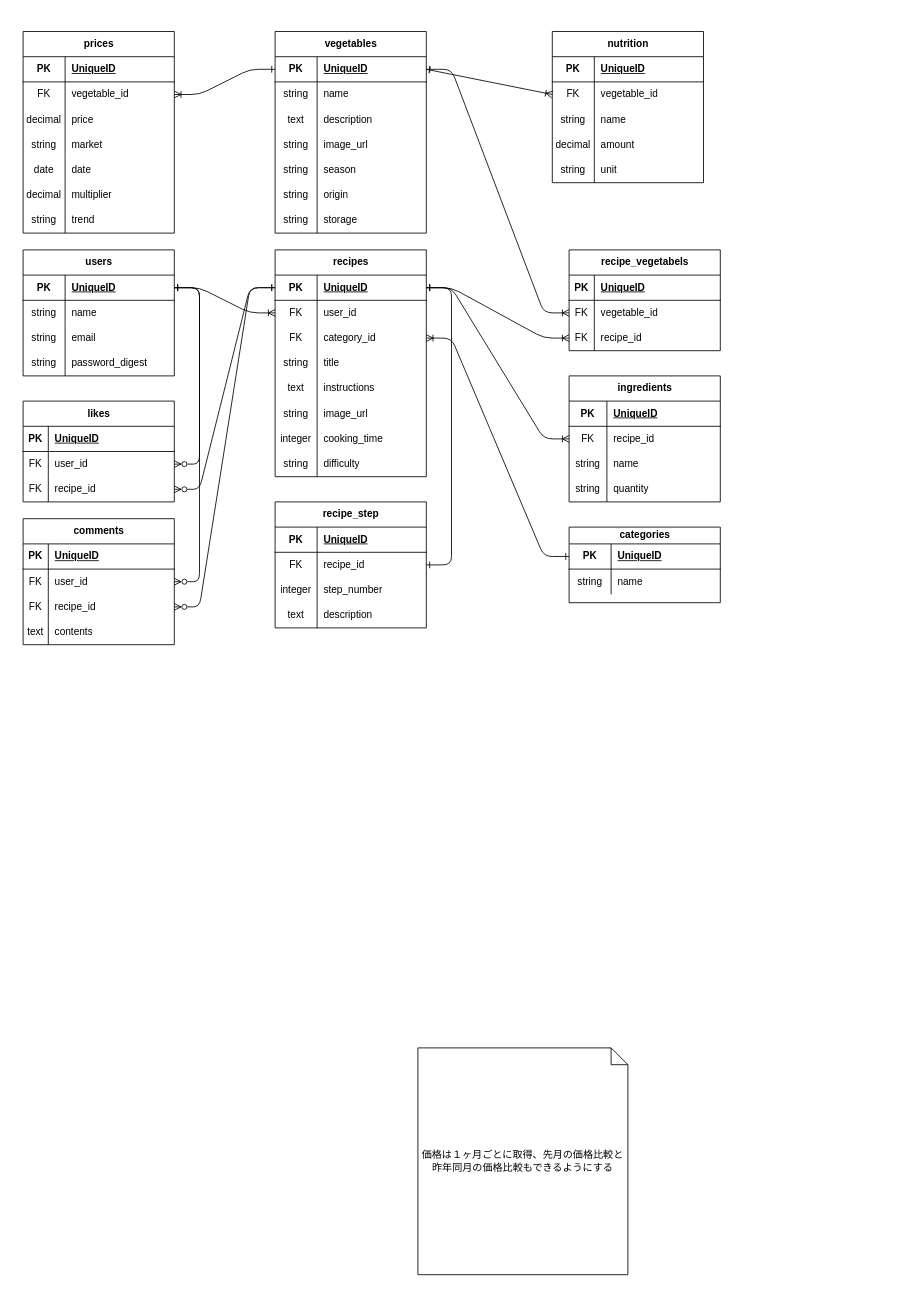
The draw.io diagram vegeguide.dio in pekoemood/vegeguide-docs, before the edit. Source tidied: cells renumbered, new cells numbered last; positions are measured from the earlier drawing's top-left corner, leaving out a move shared by most shapes. Both pictures are drawn from the tidied source at 84%, with x=0, y=0 at pixel (14, 31).
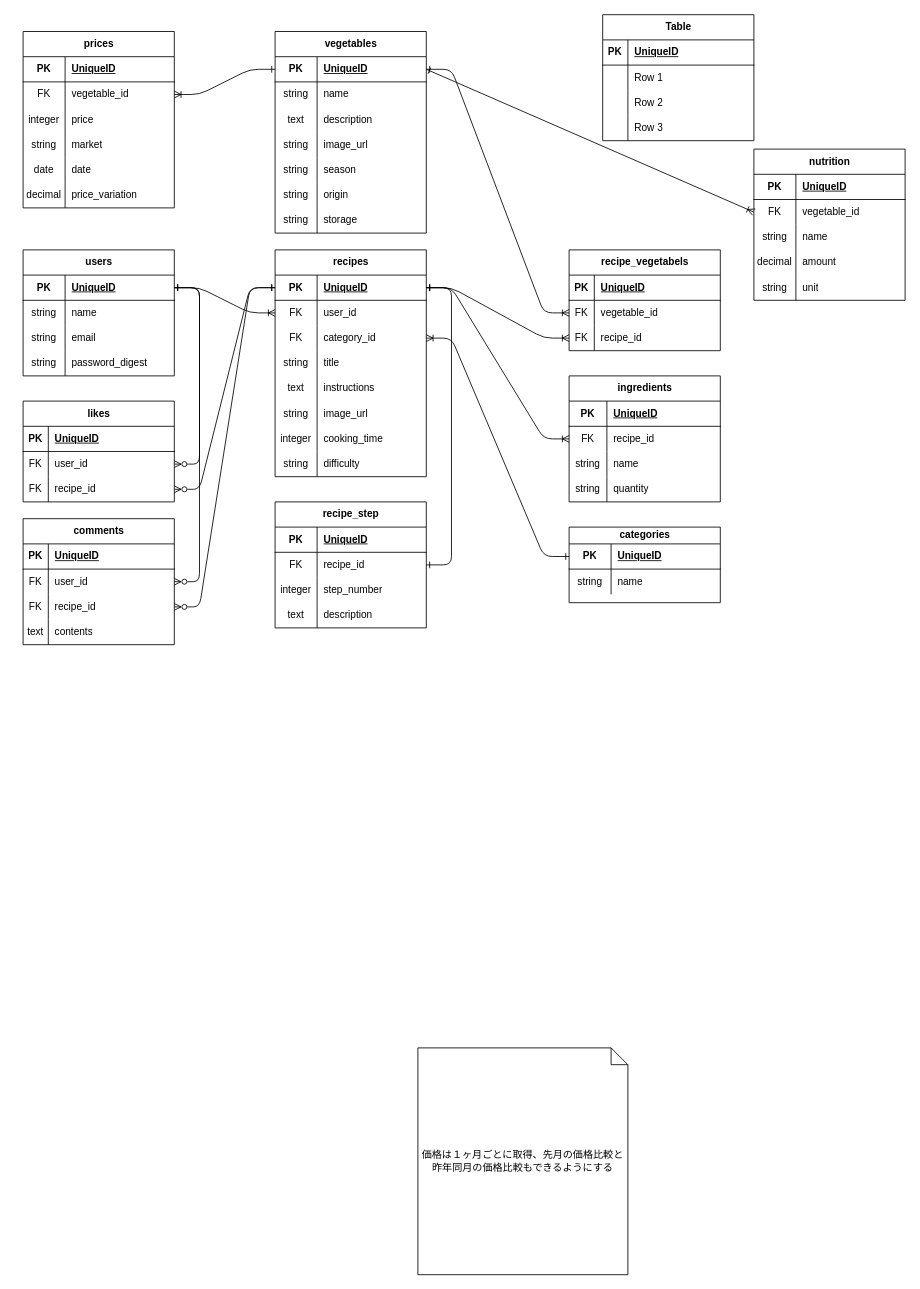
The same page after the edit.

The change refers to these unchanged cells:
```xml
<mxCell id="44" style="shape=tableRow;horizontal=0;startSize=0;swimlaneHead=0;swimlaneBody=0;fillColor=none;top=0;left=0;right=0;bottom=0;" parent="37" vertex="1">
  <mxGeometry y="90" width="180" height="30" as="geometry" />
</mxCell>
<mxCell id="53" style="shape=tableRow;horizontal=0;startSize=0;swimlaneHead=0;swimlaneBody=0;fillColor=none;top=0;left=0;right=0;bottom=0;" parent="37" vertex="1">
  <mxGeometry y="180" width="180" height="30" as="geometry" />
</mxCell>
```

What changed in the source:
```diff
@@
     <mxCell id="37" value="prices" style="shape=table;startSize=30;childLayout=tableLayout;rowLines=0;fontStyle=1;align=center;html=1;" parent="1" vertex="1">
-      <mxGeometry x="10" width="180" height="240" as="geometry" />
+      <mxGeometry x="10" width="180" height="210" as="geometry" />
     </mxCell>
@@
-    <mxCell id="45" value="decimal" style="shape=partialRectangle;fillColor=none;top=0;left=0;bottom=0;right=0;overflow=hidden;whiteSpace=wrap;html=1;" parent="44" vertex="1">
+    <mxCell id="45" value="integer" style="shape=partialRectangle;fillColor=none;top=0;left=0;bottom=0;right=0;overflow=hidden;whiteSpace=wrap;html=1;" parent="44" vertex="1">
       <mxGeometry width="50" height="30" as="geometry" />
     </mxCell>
@@
-    <mxCell id="55" value="multiplier" style="shape=partialRectangle;fillColor=none;top=0;left=0;bottom=0;right=0;align=left;spacingLeft=6;overflow=hidden;whiteSpace=wrap;html=1;" parent="53" vertex="1">
+    <mxCell id="55" value="price_variation" style="shape=partialRectangle;fillColor=none;top=0;left=0;bottom=0;right=0;align=left;spacingLeft=6;overflow=hidden;whiteSpace=wrap;html=1;" parent="53" vertex="1">
       <mxGeometry x="50" width="130" height="30" as="geometry" />
     </mxCell>
-    <mxCell id="56" style="shape=tableRow;horizontal=0;startSize=0;swimlaneHead=0;swimlaneBody=0;fillColor=none;top=0;left=0;right=0;bottom=0;" parent="37" vertex="1">
-      <mxGeometry y="210" width="180" height="30" as="geometry" />
-    </mxCell>
-    <mxCell id="57" value="string" style="shape=partialRectangle;fillColor=none;top=0;left=0;bottom=0;right=0;overflow=hidden;whiteSpace=wrap;html=1;" parent="56" vertex="1">
-      <mxGeometry width="50" height="30" as="geometry" />
-    </mxCell>
-    <mxCell id="58" value="trend" style="shape=partialRectangle;fillColor=none;top=0;left=0;bottom=0;right=0;align=left;spacingLeft=6;overflow=hidden;whiteSpace=wrap;html=1;" parent="56" vertex="1">
-      <mxGeometry x="50" width="130" height="30" as="geometry" />
-    </mxCell>
@@
     <mxCell id="85" value="nutrition" style="shape=table;startSize=30;childLayout=tableLayout;rowLines=0;fontStyle=1;align=center;html=1;" parent="1" vertex="1">
-      <mxGeometry x="640" width="180" height="180" as="geometry" />
+      <mxGeometry x="880" y="140" width="180" height="180" as="geometry" />
     </mxCell>
@@
+    <mxCell id="180" value="Table" style="shape=table;startSize=30;childLayout=tableLayout;rowLines=0;fontStyle=1;align=center;html=1;" parent="1" vertex="1">
+      <mxGeometry x="700" y="-20" width="180" height="150" as="geometry" />
+    </mxCell>
+    <mxCell id="181" style="shape=tableRow;horizontal=0;startSize=0;swimlaneHead=0;swimlaneBody=0;fillColor=none;top=0;left=0;right=0;bottom=1;" parent="180" vertex="1">
+      <mxGeometry y="30" width="180" height="30" as="geometry" />
+    </mxCell>
+    <mxCell id="182" value="PK" style="shape=partialRectangle;fillColor=none;top=0;left=0;bottom=0;right=0;fontStyle=1;overflow=hidden;whiteSpace=wrap;html=1;" parent="181" vertex="1">
+      <mxGeometry width="30" height="30" as="geometry" />
+    </mxCell>
+    <mxCell id="183" value="UniqueID" style="shape=partialRectangle;fillColor=none;top=0;left=0;bottom=0;right=0;align=left;spacingLeft=6;fontStyle=5;overflow=hidden;whiteSpace=wrap;html=1;" parent="181" vertex="1">
+      <mxGeometry x="30" width="150" height="30" as="geometry" />
+    </mxCell>
+    <mxCell id="184" style="shape=tableRow;horizontal=0;startSize=0;swimlaneHead=0;swimlaneBody=0;fillColor=none;top=0;left=0;right=0;bottom=0;" parent="180" vertex="1">
+      <mxGeometry y="60" width="180" height="30" as="geometry" />
+    </mxCell>
+    <mxCell id="185" style="shape=partialRectangle;fillColor=none;top=0;left=0;bottom=0;right=0;overflow=hidden;whiteSpace=wrap;html=1;" parent="184" vertex="1">
+      <mxGeometry width="30" height="30" as="geometry" />
+    </mxCell>
+    <mxCell id="186" value="Row 1" style="shape=partialRectangle;fillColor=none;top=0;left=0;bottom=0;right=0;align=left;spacingLeft=6;overflow=hidden;whiteSpace=wrap;html=1;" parent="184" vertex="1">
+      <mxGeometry x="30" width="150" height="30" as="geometry" />
+    </mxCell>
+    <mxCell id="187" style="shape=tableRow;horizontal=0;startSize=0;swimlaneHead=0;swimlaneBody=0;fillColor=none;top=0;left=0;right=0;bottom=0;" parent="180" vertex="1">
+      <mxGeometry y="90" width="180" height="30" as="geometry" />
+    </mxCell>
+    <mxCell id="188" style="shape=partialRectangle;fillColor=none;top=0;left=0;bottom=0;right=0;overflow=hidden;whiteSpace=wrap;html=1;" parent="187" vertex="1">
+      <mxGeometry width="30" height="30" as="geometry" />
+    </mxCell>
+    <mxCell id="189" value="Row 2" style="shape=partialRectangle;fillColor=none;top=0;left=0;bottom=0;right=0;align=left;spacingLeft=6;overflow=hidden;whiteSpace=wrap;html=1;" parent="187" vertex="1">
+      <mxGeometry x="30" width="150" height="30" as="geometry" />
+    </mxCell>
+    <mxCell id="190" style="shape=tableRow;horizontal=0;startSize=0;swimlaneHead=0;swimlaneBody=0;fillColor=none;top=0;left=0;right=0;bottom=0;" parent="180" vertex="1">
+      <mxGeometry y="120" width="180" height="30" as="geometry" />
+    </mxCell>
+    <mxCell id="191" style="shape=partialRectangle;fillColor=none;top=0;left=0;bottom=0;right=0;overflow=hidden;whiteSpace=wrap;html=1;" parent="190" vertex="1">
+      <mxGeometry width="30" height="30" as="geometry" />
+    </mxCell>
+    <mxCell id="192" value="Row 3" style="shape=partialRectangle;fillColor=none;top=0;left=0;bottom=0;right=0;align=left;spacingLeft=6;overflow=hidden;whiteSpace=wrap;html=1;" parent="190" vertex="1">
+      <mxGeometry x="30" width="150" height="30" as="geometry" />
+    </mxCell>
```
